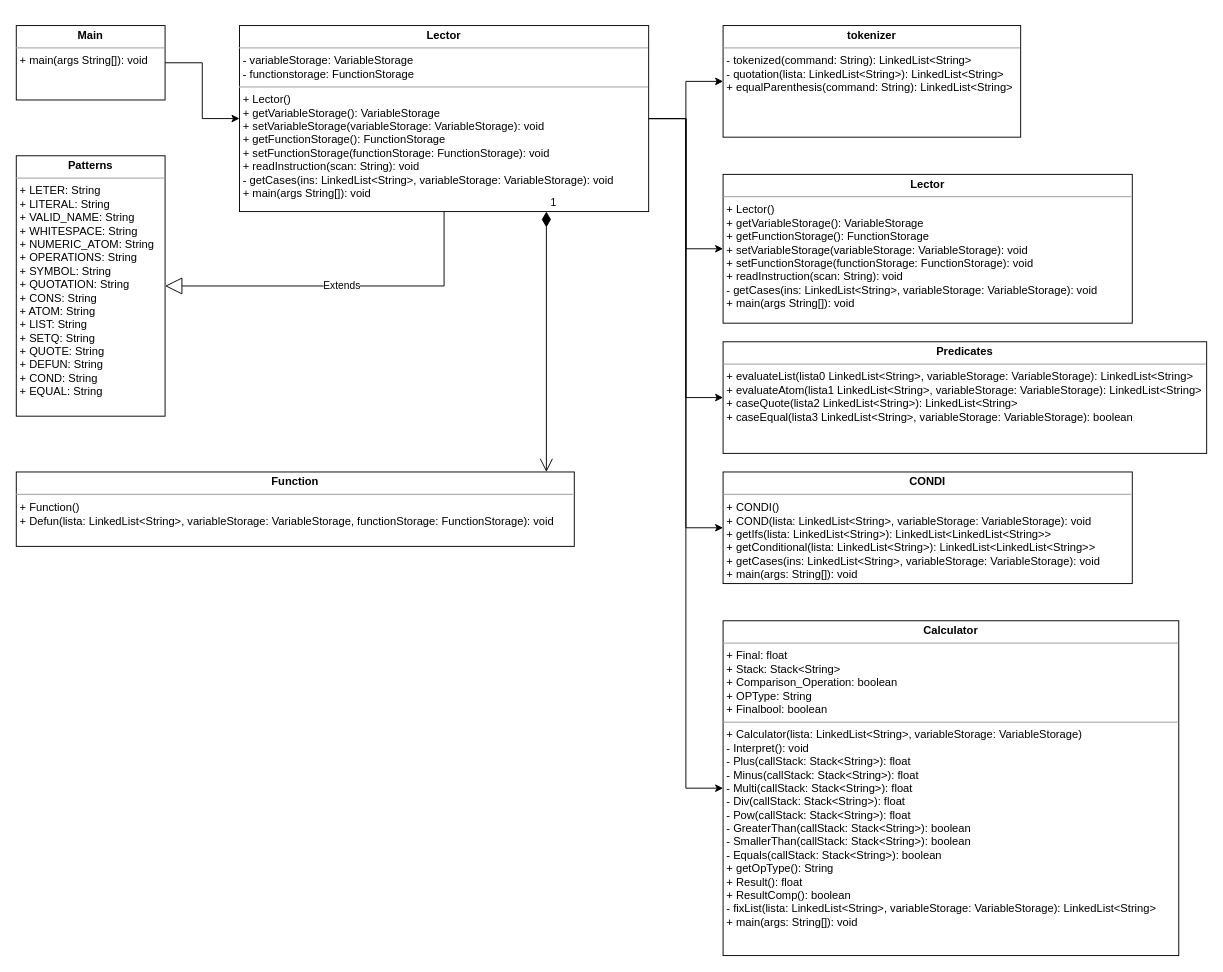
DiggsPapu/Proyect1_Lisp_Interpreter keeps this draw.io diagram as Proyecto1/Fases/Fase2/Class Diagram.drawio. Above is the earlier version. Source tidied: cells renumbered, new cells numbered last; positions are measured from the earlier drawing's top-left corner, leaving out a move shared by most shapes. Both pictures are drawn from the tidied source at 93%, with x=0, y=0 at pixel (16, 25).
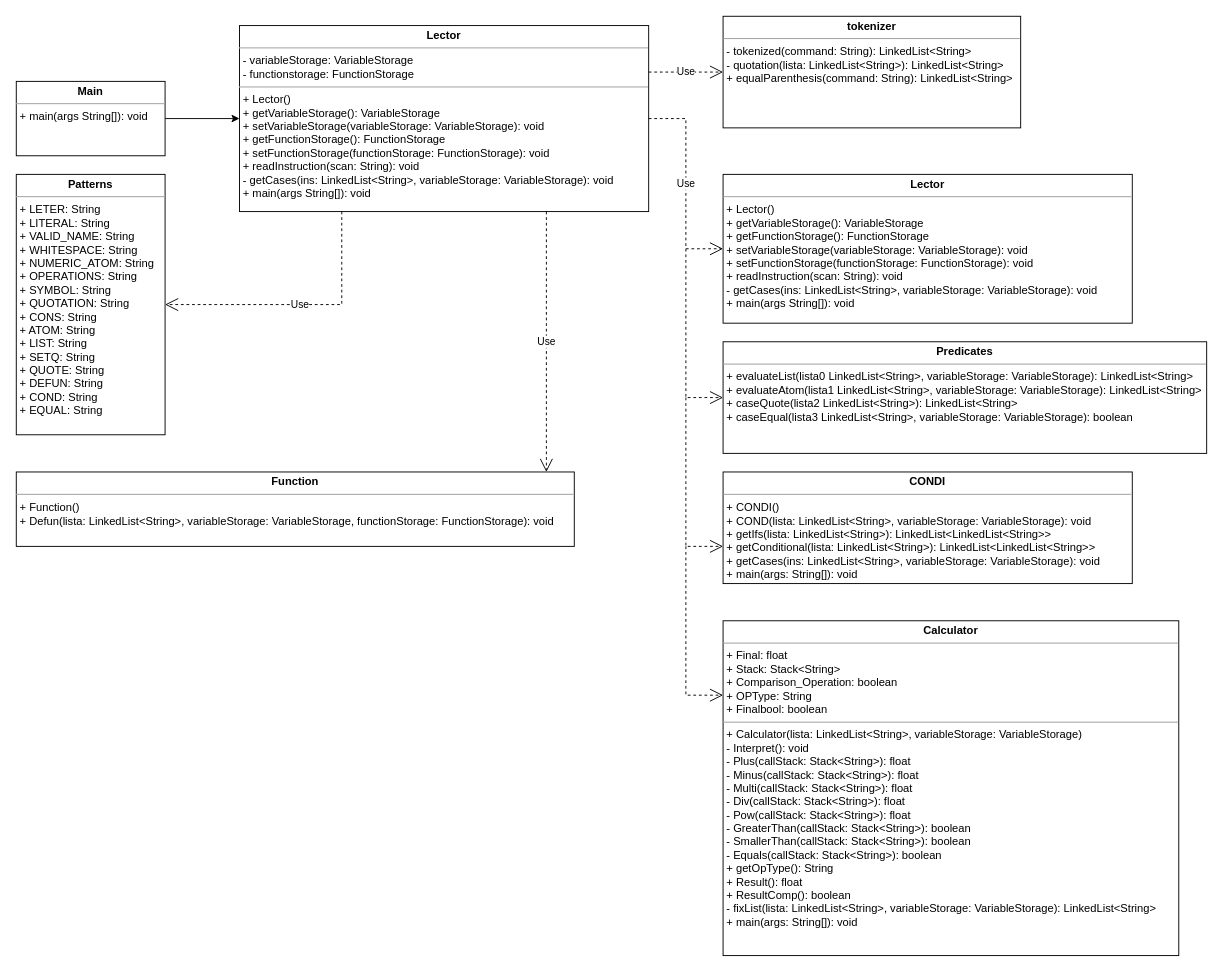
Above is the later version.

The change refers to these unchanged cells:
```xml
<mxCell id="7" value="&lt;p style=&quot;margin: 0px ; margin-top: 4px ; text-align: center&quot;&gt;&lt;b&gt;Lector&lt;/b&gt;&lt;/p&gt;&lt;hr size=&quot;1&quot;&gt;&lt;p style=&quot;margin: 0px ; margin-left: 4px&quot;&gt;- variableStorage: VariableStorage&lt;/p&gt;&lt;p style=&quot;margin: 0px ; margin-left: 4px&quot;&gt;- functionstorage: FunctionStorage&lt;/p&gt;&lt;hr size=&quot;1&quot;&gt;&lt;p style=&quot;margin: 0px ; margin-left: 4px&quot;&gt;+ Lector()&lt;br&gt;&lt;/p&gt;&lt;p style=&quot;margin: 0px ; margin-left: 4px&quot;&gt;+ getVariableStorage(): VariableStorage&lt;/p&gt;&lt;p style=&quot;margin: 0px ; margin-left: 4px&quot;&gt;+&amp;nbsp;setVariableStorage(variableStorage: VariableStorage): void&lt;/p&gt;&lt;p style=&quot;margin: 0px 0px 0px 4px&quot;&gt;+ getFunctionStorage(): FunctionStorage&lt;/p&gt;&lt;p style=&quot;margin: 0px 0px 0px 4px&quot;&gt;+&amp;nbsp;setFunctionStorage(functionStorage: FunctionStorage): void&lt;/p&gt;&lt;p style=&quot;margin: 0px ; margin-left: 4px&quot;&gt;+ readInstruction(scan: String): void&lt;/p&gt;&lt;p style=&quot;margin: 0px ; margin-left: 4px&quot;&gt;- getCases(ins: LinkedList&amp;lt;String&amp;gt;, variableStorage: VariableStorage): void&lt;/p&gt;&lt;p style=&quot;margin: 0px ; margin-left: 4px&quot;&gt;+ main(args String[]): void&lt;/p&gt;" style="verticalAlign=top;align=left;overflow=fill;fontSize=12;fontFamily=Helvetica;html=1;" parent="1" vertex="1">
  <mxGeometry x="240" width="440" height="200" as="geometry" />
</mxCell>
<mxCell id="11" value="&lt;p style=&quot;margin: 0px ; margin-top: 4px ; text-align: center&quot;&gt;&lt;b&gt;Lector&lt;/b&gt;&lt;/p&gt;&lt;hr size=&quot;1&quot;&gt;&lt;p style=&quot;margin: 0px ; margin-left: 4px&quot;&gt;+ Lector()&lt;/p&gt;&lt;p style=&quot;margin: 0px ; margin-left: 4px&quot;&gt;+ getVariableStorage(): VariableStorage&lt;/p&gt;&lt;p style=&quot;margin: 0px ; margin-left: 4px&quot;&gt;+ getFunctionStorage(): FunctionStorage&lt;/p&gt;&lt;p style=&quot;margin: 0px ; margin-left: 4px&quot;&gt;+ setVariableStorage(variableStorage: VariableStorage): void&lt;/p&gt;&lt;p style=&quot;margin: 0px ; margin-left: 4px&quot;&gt;+ setFunctionStorage(functionStorage: FunctionStorage): void&lt;/p&gt;&lt;p style=&quot;margin: 0px ; margin-left: 4px&quot;&gt;+ readInstruction(scan: String): void&lt;/p&gt;&lt;p style=&quot;margin: 0px ; margin-left: 4px&quot;&gt;- getCases(ins: LinkedList&amp;lt;String&amp;gt;, variableStorage: VariableStorage): void&lt;/p&gt;&lt;p style=&quot;margin: 0px ; margin-left: 4px&quot;&gt;+ main(args String[]): void&lt;/p&gt;" style="verticalAlign=top;align=left;overflow=fill;fontSize=12;fontFamily=Helvetica;html=1;" parent="1" vertex="1">
  <mxGeometry x="760" y="160" width="440" height="160" as="geometry" />
</mxCell>
<mxCell id="12" value="&lt;p style=&quot;margin: 0px ; margin-top: 4px ; text-align: center&quot;&gt;&lt;b&gt;Function&lt;/b&gt;&lt;/p&gt;&lt;hr size=&quot;1&quot;&gt;&lt;p style=&quot;margin: 0px ; margin-left: 4px&quot;&gt;+ Function()&lt;/p&gt;&lt;p style=&quot;margin: 0px ; margin-left: 4px&quot;&gt;+ Defun(lista: LinkedList&amp;lt;String&amp;gt;, variableStorage: VariableStorage, functionStorage: FunctionStorage): void&lt;/p&gt;" style="verticalAlign=top;align=left;overflow=fill;fontSize=12;fontFamily=Helvetica;html=1;" parent="1" vertex="1">
  <mxGeometry y="480" width="600" height="80" as="geometry" />
</mxCell>
<mxCell id="13" value="&lt;p style=&quot;margin: 0px ; margin-top: 4px ; text-align: center&quot;&gt;&lt;b&gt;CONDI&lt;/b&gt;&lt;/p&gt;&lt;hr size=&quot;1&quot;&gt;&lt;p style=&quot;margin: 0px ; margin-left: 4px&quot;&gt;+ CONDI()&lt;/p&gt;&lt;p style=&quot;margin: 0px ; margin-left: 4px&quot;&gt;+ COND(lista: LinkedList&amp;lt;String&amp;gt;, variableStorage: VariableStorage): void&lt;/p&gt;&lt;p style=&quot;margin: 0px ; margin-left: 4px&quot;&gt;+ getIfs(lista: LinkedList&amp;lt;String&amp;gt;): LinkedList&amp;lt;LinkedList&amp;lt;String&amp;gt;&amp;gt;&lt;/p&gt;&lt;p style=&quot;margin: 0px ; margin-left: 4px&quot;&gt;+ getConditional(lista: LinkedList&amp;lt;String&amp;gt;): LinkedList&amp;lt;LinkedList&amp;lt;String&amp;gt;&amp;gt;&lt;/p&gt;&lt;p style=&quot;margin: 0px ; margin-left: 4px&quot;&gt;+ getCases(ins: LinkedList&amp;lt;String&amp;gt;, variableStorage: VariableStorage): void&lt;/p&gt;&lt;p style=&quot;margin: 0px ; margin-left: 4px&quot;&gt;+ main(args: String[]): void&lt;/p&gt;" style="verticalAlign=top;align=left;overflow=fill;fontSize=12;fontFamily=Helvetica;html=1;" parent="1" vertex="1">
  <mxGeometry x="760" y="480" width="440" height="120" as="geometry" />
</mxCell>
<mxCell id="14" value="&lt;p style=&quot;margin: 0px ; margin-top: 4px ; text-align: center&quot;&gt;&lt;b&gt;Calculator&lt;/b&gt;&lt;/p&gt;&lt;hr size=&quot;1&quot;&gt;&lt;p style=&quot;margin: 0px ; margin-left: 4px&quot;&gt;+ Final: float&lt;/p&gt;&lt;p style=&quot;margin: 0px ; margin-left: 4px&quot;&gt;+ Stack: Stack&amp;lt;String&amp;gt;&lt;/p&gt;&lt;p style=&quot;margin: 0px ; margin-left: 4px&quot;&gt;+ Comparison_Operation: boolean&lt;/p&gt;&lt;p style=&quot;margin: 0px ; margin-left: 4px&quot;&gt;+ OPType: String&lt;/p&gt;&lt;p style=&quot;margin: 0px ; margin-left: 4px&quot;&gt;+ Finalbool: boolean&lt;/p&gt;&lt;hr size=&quot;1&quot;&gt;&lt;p style=&quot;margin: 0px ; margin-left: 4px&quot;&gt;+ Calculator(lista: LinkedList&amp;lt;String&amp;gt;, variableStorage: VariableStorage)&lt;/p&gt;&lt;p style=&quot;margin: 0px ; margin-left: 4px&quot;&gt;- Interpret(): void&lt;/p&gt;&lt;p style=&quot;margin: 0px ; margin-left: 4px&quot;&gt;- Plus(callStack: Stack&amp;lt;String&amp;gt;): float&lt;/p&gt;&lt;p style=&quot;margin: 0px ; margin-left: 4px&quot;&gt;- Minus(callStack: Stack&amp;lt;String&amp;gt;): float&lt;br&gt;&lt;/p&gt;&lt;p style=&quot;margin: 0px ; margin-left: 4px&quot;&gt;- Multi(callStack: Stack&amp;lt;String&amp;gt;): float&lt;br&gt;&lt;/p&gt;&lt;p style=&quot;margin: 0px ; margin-left: 4px&quot;&gt;- Div(callStack: Stack&amp;lt;String&amp;gt;): float&lt;br&gt;&lt;/p&gt;&lt;p style=&quot;margin: 0px ; margin-left: 4px&quot;&gt;- Pow(callStack: Stack&amp;lt;String&amp;gt;): float&lt;br&gt;&lt;/p&gt;&lt;p style=&quot;margin: 0px ; margin-left: 4px&quot;&gt;- GreaterThan(callStack: Stack&amp;lt;String&amp;gt;): boolean&lt;br&gt;&lt;/p&gt;&lt;p style=&quot;margin: 0px ; margin-left: 4px&quot;&gt;- SmallerThan(callStack: Stack&amp;lt;String&amp;gt;): boolean&lt;br&gt;&lt;/p&gt;&lt;p style=&quot;margin: 0px ; margin-left: 4px&quot;&gt;- Equals(callStack: Stack&amp;lt;String&amp;gt;): boolean&lt;br&gt;&lt;/p&gt;&lt;p style=&quot;margin: 0px ; margin-left: 4px&quot;&gt;+ getOpType(): String&lt;/p&gt;&lt;p style=&quot;margin: 0px ; margin-left: 4px&quot;&gt;+ Result(): float&lt;/p&gt;&lt;p style=&quot;margin: 0px ; margin-left: 4px&quot;&gt;+ ResultComp(): boolean&lt;/p&gt;&lt;p style=&quot;margin: 0px ; margin-left: 4px&quot;&gt;- fixList(lista: LinkedList&amp;lt;String&amp;gt;, variableStorage: VariableStorage): LinkedList&amp;lt;String&amp;gt;&lt;/p&gt;&lt;p style=&quot;margin: 0px ; margin-left: 4px&quot;&gt;+ main(args: String[]): void&lt;/p&gt;" style="verticalAlign=top;align=left;overflow=fill;fontSize=12;fontFamily=Helvetica;html=1;" parent="1" vertex="1">
  <mxGeometry x="760" y="640" width="490" height="360" as="geometry" />
</mxCell>
<mxCell id="15" value="&lt;p style=&quot;margin: 0px ; margin-top: 4px ; text-align: center&quot;&gt;&lt;b&gt;Predicates&lt;/b&gt;&lt;/p&gt;&lt;hr size=&quot;1&quot;&gt;&lt;p style=&quot;margin: 0px ; margin-left: 4px&quot;&gt;+ evaluateList(lista0 LinkedList&amp;lt;String&amp;gt;, variableStorage: VariableStorage): LinkedList&amp;lt;String&amp;gt;&lt;/p&gt;&lt;p style=&quot;margin: 0px ; margin-left: 4px&quot;&gt;+ evaluateAtom(lista1 LinkedList&amp;lt;String&amp;gt;, variableStorage: VariableStorage): LinkedList&amp;lt;String&amp;gt;&lt;br&gt;&lt;/p&gt;&lt;p style=&quot;margin: 0px ; margin-left: 4px&quot;&gt;+ caseQuote(lista2 LinkedList&amp;lt;String&amp;gt;): LinkedList&amp;lt;String&amp;gt;&lt;br&gt;&lt;/p&gt;&lt;p style=&quot;margin: 0px ; margin-left: 4px&quot;&gt;+ caseEqual(lista3 LinkedList&amp;lt;String&amp;gt;, variableStorage: VariableStorage): boolean&lt;br&gt;&lt;/p&gt;&lt;p style=&quot;margin: 0px ; margin-left: 4px&quot;&gt;&lt;br&gt;&lt;/p&gt;" style="verticalAlign=top;align=left;overflow=fill;fontSize=12;fontFamily=Helvetica;html=1;" parent="1" vertex="1">
  <mxGeometry x="760" y="340" width="520" height="120" as="geometry" />
</mxCell>
```

The edit, as a diff of the source:
```diff
@@
-    <mxCell id="2" style="edgeStyle=orthogonalEdgeStyle;rounded=0;jettySize=auto;html=1;" parent="1" edge="1" source="7" target="8">
-      <mxGeometry relative="1" as="geometry" />
-    </mxCell>
-    <mxCell id="3" style="edgeStyle=orthogonalEdgeStyle;rounded=0;jettySize=auto;html=1;exitX=1;exitY=0.5;exitDx=0;exitDy=0;" parent="1" edge="1" source="7" target="11">
-      <mxGeometry relative="1" as="geometry" />
-    </mxCell>
-    <mxCell id="4" style="edgeStyle=orthogonalEdgeStyle;rounded=0;jettySize=auto;html=1;entryX=0;entryY=0.5;entryDx=0;entryDy=0;" parent="1" edge="1" source="7" target="14">
-      <mxGeometry relative="1" as="geometry" />
-    </mxCell>
-    <mxCell id="5" style="edgeStyle=orthogonalEdgeStyle;rounded=0;jettySize=auto;html=1;entryX=0;entryY=0.5;entryDx=0;entryDy=0;" parent="1" edge="1" source="7" target="13">
-      <mxGeometry relative="1" as="geometry" />
-    </mxCell>
-    <mxCell id="6" style="edgeStyle=orthogonalEdgeStyle;rounded=0;jettySize=auto;html=1;entryX=0;entryY=0.5;entryDx=0;entryDy=0;" parent="1" edge="1" source="7" target="15">
-      <mxGeometry relative="1" as="geometry" />
-    </mxCell>
@@
     <mxCell id="8" value="&lt;p style=&quot;margin: 0px ; margin-top: 4px ; text-align: center&quot;&gt;&lt;b&gt;tokenizer&lt;/b&gt;&lt;/p&gt;&lt;hr size=&quot;1&quot;&gt;&lt;p style=&quot;margin: 0px ; margin-left: 4px&quot;&gt;- tokenized(command: String): LinkedList&amp;lt;String&amp;gt;&lt;br&gt;&lt;/p&gt;&lt;p style=&quot;margin: 0px ; margin-left: 4px&quot;&gt;- quotation(lista: LinkedList&amp;lt;String&amp;gt;): LinkedList&amp;lt;String&amp;gt;&lt;/p&gt;&lt;p style=&quot;margin: 0px ; margin-left: 4px&quot;&gt;+ equalParenthesis(command: String): LinkedList&amp;lt;String&amp;gt;&lt;/p&gt;" style="verticalAlign=top;align=left;overflow=fill;fontSize=12;fontFamily=Helvetica;html=1;" parent="1" vertex="1">
-      <mxGeometry x="760" width="320" height="120" as="geometry" />
+      <mxGeometry x="760" y="-10" width="320" height="120" as="geometry" />
     </mxCell>
@@
     <mxCell id="10" value="&lt;p style=&quot;margin: 0px ; margin-top: 4px ; text-align: center&quot;&gt;&lt;b&gt;Main&lt;/b&gt;&lt;/p&gt;&lt;hr size=&quot;1&quot;&gt;&lt;p style=&quot;margin: 0px ; margin-left: 4px&quot;&gt;+ main(args String[]): void&lt;br&gt;&lt;/p&gt;" style="verticalAlign=top;align=left;overflow=fill;fontSize=12;fontFamily=Helvetica;html=1;" parent="1" vertex="1">
-      <mxGeometry width="160" height="80" as="geometry" />
+      <mxGeometry y="60" width="160" height="80" as="geometry" />
     </mxCell>
@@
     <mxCell id="16" value="&lt;p style=&quot;margin: 0px ; margin-top: 4px ; text-align: center&quot;&gt;&lt;b&gt;Patterns&lt;/b&gt;&lt;/p&gt;&lt;hr size=&quot;1&quot;&gt;&lt;p style=&quot;margin: 0px ; margin-left: 4px&quot;&gt;+ LETER: String&lt;/p&gt;&lt;p style=&quot;margin: 0px ; margin-left: 4px&quot;&gt;+ LITERAL: String&lt;br&gt;&lt;/p&gt;&lt;p style=&quot;margin: 0px ; margin-left: 4px&quot;&gt;+ VALID_NAME: String&lt;br&gt;&lt;/p&gt;&lt;p style=&quot;margin: 0px ; margin-left: 4px&quot;&gt;+ WHITESPACE: String&lt;br&gt;&lt;/p&gt;&lt;p style=&quot;margin: 0px ; margin-left: 4px&quot;&gt;+ NUMERIC_ATOM: String&lt;br&gt;&lt;/p&gt;&lt;p style=&quot;margin: 0px ; margin-left: 4px&quot;&gt;+ OPERATIONS: String&lt;br&gt;&lt;/p&gt;&lt;p style=&quot;margin: 0px ; margin-left: 4px&quot;&gt;+ SYMBOL: String&lt;br&gt;&lt;/p&gt;&lt;p style=&quot;margin: 0px ; margin-left: 4px&quot;&gt;+ QUOTATION: String&lt;br&gt;&lt;/p&gt;&lt;p style=&quot;margin: 0px ; margin-left: 4px&quot;&gt;+ CONS: String&lt;br&gt;&lt;/p&gt;&lt;p style=&quot;margin: 0px ; margin-left: 4px&quot;&gt;+ ATOM: String&lt;br&gt;&lt;/p&gt;&lt;p style=&quot;margin: 0px ; margin-left: 4px&quot;&gt;+ LIST: String&lt;br&gt;&lt;/p&gt;&lt;p style=&quot;margin: 0px ; margin-left: 4px&quot;&gt;+ SETQ: String&lt;br&gt;&lt;/p&gt;&lt;p style=&quot;margin: 0px ; margin-left: 4px&quot;&gt;+ QUOTE: String&lt;br&gt;&lt;/p&gt;&lt;p style=&quot;margin: 0px ; margin-left: 4px&quot;&gt;+ DEFUN: String&lt;br&gt;&lt;/p&gt;&lt;p style=&quot;margin: 0px ; margin-left: 4px&quot;&gt;+ COND: String&lt;br&gt;&lt;/p&gt;&lt;p style=&quot;margin: 0px ; margin-left: 4px&quot;&gt;+ EQUAL: String&lt;/p&gt;" style="verticalAlign=top;align=left;overflow=fill;fontSize=12;fontFamily=Helvetica;html=1;" parent="1" vertex="1">
-      <mxGeometry y="140" width="160" height="280" as="geometry" />
+      <mxGeometry y="160" width="160" height="280" as="geometry" />
     </mxCell>
+    <mxCell id="19" value="Use" style="endArrow=open;endSize=12;dashed=1;html=1;rounded=0;exitX=0.75;exitY=1;exitDx=0;exitDy=0;" parent="1" edge="1" source="7">
+      <mxGeometry relative="1" as="geometry">
+        <mxPoint x="570" y="480" as="targetPoint" />
+      </mxGeometry>
+    </mxCell>
+    <mxCell id="2" value="Use" style="endArrow=open;endSize=12;dashed=1;html=1;rounded=0;exitX=1;exitY=0.25;exitDx=0;exitDy=0;entryX=0;entryY=0.5;entryDx=0;entryDy=0;" parent="1" edge="1" source="7" target="8">
+      <mxGeometry relative="1" as="geometry" />
+    </mxCell>
+    <mxCell id="3" value="Use" style="endArrow=open;endSize=12;dashed=1;html=1;rounded=0;exitX=1;exitY=0.5;exitDx=0;exitDy=0;entryX=0;entryY=0.5;entryDx=0;entryDy=0;" parent="1" edge="1" source="7" target="11">
+      <mxGeometry relative="1" as="geometry">
+        <Array as="points">
+          <mxPoint x="720" y="100" />
+          <mxPoint x="720" y="240" />
+        </Array>
+      </mxGeometry>
+    </mxCell>
+    <mxCell id="20" style="endArrow=open;endSize=12;dashed=1;html=1;rounded=0;entryX=0;entryY=0.5;entryDx=0;entryDy=0;" parent="1" edge="1" target="15">
+      <mxGeometry x="0.16" y="-70" relative="1" as="geometry">
+        <mxPoint x="720" y="240" as="sourcePoint" />
+        <Array as="points">
+          <mxPoint x="720" y="400" />
+        </Array>
+      </mxGeometry>
+    </mxCell>
+    <mxCell id="21" style="endArrow=open;endSize=12;dashed=1;html=1;rounded=0;entryX=0;entryY=0.5;entryDx=0;entryDy=0;" parent="1" edge="1">
+      <mxGeometry x="0.16" y="-70" relative="1" as="geometry">
+        <mxPoint x="720" y="400" as="sourcePoint" />
+        <mxPoint x="760" y="560" as="targetPoint" />
+        <Array as="points">
+          <mxPoint x="720" y="560" />
+        </Array>
+      </mxGeometry>
+    </mxCell>
+    <mxCell id="22" style="endArrow=open;endSize=12;dashed=1;html=1;rounded=0;entryX=0;entryY=0.5;entryDx=0;entryDy=0;" parent="1" edge="1">
+      <mxGeometry x="0.16" y="-70" relative="1" as="geometry">
+        <mxPoint x="720" y="560" as="sourcePoint" />
+        <mxPoint x="760" y="720" as="targetPoint" />
+        <Array as="points">
+          <mxPoint x="720" y="720" />
+        </Array>
+      </mxGeometry>
+    </mxCell>
-    <mxCell id="17" value="Extends" style="endArrow=block;endSize=16;endFill=0;html=1;rounded=0;exitX=0.5;exitY=1;exitDx=0;exitDy=0;entryX=1;entryY=0.5;entryDx=0;entryDy=0;" parent="1" edge="1" source="7" target="16">
+    <mxCell id="17" value="Use" style="endArrow=open;endSize=12;dashed=1;html=1;rounded=0;exitX=0.25;exitY=1;exitDx=0;exitDy=0;entryX=1;entryY=0.5;entryDx=0;entryDy=0;" parent="1" edge="1" source="7" target="16">
       <mxGeometry relative="1" as="geometry">
         <Array as="points">
-          <mxPoint x="460" y="280" />
+          <mxPoint x="350" y="300" />
         </Array>
       </mxGeometry>
     </mxCell>
-    <mxCell id="18" value="1" style="endArrow=open;html=1;endSize=12;startArrow=diamondThin;startSize=14;startFill=1;edgeStyle=orthogonalEdgeStyle;align=left;verticalAlign=bottom;rounded=0;exitX=0.75;exitY=1;exitDx=0;exitDy=0;entryX=0.95;entryY=0;entryDx=0;entryDy=0;entryPerimeter=0;" parent="1" edge="1" source="7" target="12">
-      <mxGeometry x="-1" y="3" relative="1" as="geometry" />
-    </mxCell>
```
